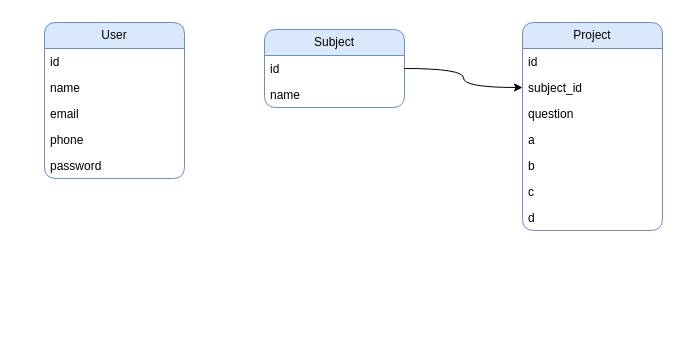
Before: diagram/diagramm.drawio in MirshodAslonov/loromir, a draw.io diagram. Source tidied: cells renumbered, new cells numbered last; positions are measured from the earlier drawing's top-left corner, leaving out a move shared by most shapes. Both pictures are drawn from the tidied source at 100%, with x=0, y=0 at pixel (44, 22).
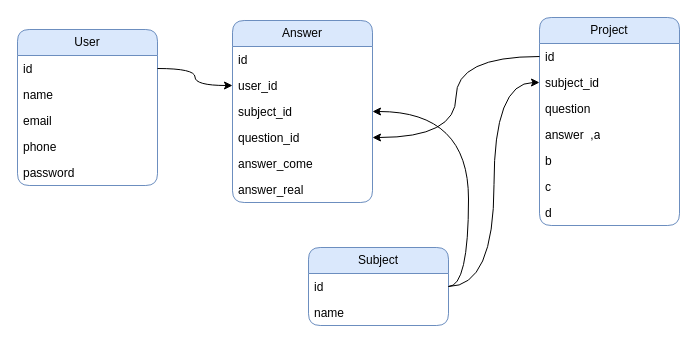
After the change.

The change refers to these unchanged cells:
```xml
<mxCell id="3" value="id" style="text;strokeColor=none;fillColor=none;align=left;verticalAlign=top;spacingLeft=4;spacingRight=4;overflow=hidden;points=[[0,0.5],[1,0.5]];portConstraint=eastwest;whiteSpace=wrap;html=1;" parent="2" vertex="1">
  <mxGeometry y="26" width="140" height="26" as="geometry" />
</mxCell>
<mxCell id="9" value="id" style="text;strokeColor=none;fillColor=none;align=left;verticalAlign=top;spacingLeft=4;spacingRight=4;overflow=hidden;points=[[0,0.5],[1,0.5]];portConstraint=eastwest;whiteSpace=wrap;html=1;" parent="8" vertex="1">
  <mxGeometry y="26" width="140" height="26" as="geometry" />
</mxCell>
<mxCell id="12" value="id" style="text;strokeColor=none;fillColor=none;align=left;verticalAlign=top;spacingLeft=4;spacingRight=4;overflow=hidden;points=[[0,0.5],[1,0.5]];portConstraint=eastwest;whiteSpace=wrap;html=1;" parent="11" vertex="1">
  <mxGeometry y="26" width="140" height="26" as="geometry" />
</mxCell>
```

What changed in the source:
```diff
@@
     <mxCell id="2" value="User" style="swimlane;fontStyle=0;horizontal=1;startSize=26;fillColor=#dae8fc;whiteSpace=wrap;html=1;glass=0;swimlaneLine=1;shadow=0;rounded=1;strokeColor=#6c8ebf;" parent="1" vertex="1">
-      <mxGeometry width="140" height="156" as="geometry" />
+      <mxGeometry x="-27" y="7" width="140" height="156" as="geometry" />
     </mxCell>
@@
     <mxCell id="8" value="Subject" style="swimlane;fontStyle=0;horizontal=1;startSize=26;fillColor=#dae8fc;whiteSpace=wrap;html=1;glass=0;swimlaneLine=1;shadow=0;rounded=1;strokeColor=#6c8ebf;" parent="1" vertex="1">
-      <mxGeometry x="220" y="7" width="140" height="78" as="geometry" />
+      <mxGeometry x="264" y="225" width="140" height="78" as="geometry" />
     </mxCell>
@@
     <mxCell id="11" value="Project" style="swimlane;fontStyle=0;horizontal=1;startSize=26;fillColor=#dae8fc;whiteSpace=wrap;html=1;glass=0;swimlaneLine=1;shadow=0;rounded=1;strokeColor=#6c8ebf;" parent="1" vertex="1">
-      <mxGeometry x="478" width="140" height="208" as="geometry" />
+      <mxGeometry x="495" y="-5" width="140" height="208" as="geometry" />
     </mxCell>
@@
-    <mxCell id="15" value="a" style="text;strokeColor=none;fillColor=none;align=left;verticalAlign=top;spacingLeft=4;spacingRight=4;overflow=hidden;whiteSpace=wrap;html=1;" parent="11" vertex="1">
+    <mxCell id="15" value="answer&amp;nbsp; ,a" style="text;strokeColor=none;fillColor=none;align=left;verticalAlign=top;spacingLeft=4;spacingRight=4;overflow=hidden;whiteSpace=wrap;html=1;" parent="11" vertex="1">
       <mxGeometry y="104" width="140" height="26" as="geometry" />
     </mxCell>
@@
+    <mxCell id="20" value="Answer" style="swimlane;fontStyle=0;horizontal=1;startSize=26;fillColor=#dae8fc;whiteSpace=wrap;html=1;glass=0;swimlaneLine=1;shadow=0;rounded=1;strokeColor=#6c8ebf;" parent="1" vertex="1">
+      <mxGeometry x="188" y="-2" width="140" height="182" as="geometry" />
+    </mxCell>
+    <mxCell id="21" value="id" style="text;strokeColor=none;fillColor=none;align=left;verticalAlign=top;spacingLeft=4;spacingRight=4;overflow=hidden;whiteSpace=wrap;html=1;" parent="20" vertex="1">
+      <mxGeometry y="26" width="140" height="26" as="geometry" />
+    </mxCell>
+    <mxCell id="22" value="user_id" style="text;strokeColor=none;fillColor=none;align=left;verticalAlign=top;spacingLeft=4;spacingRight=4;overflow=hidden;points=[[0,0.5],[1,0.5]];portConstraint=eastwest;whiteSpace=wrap;html=1;" parent="20" vertex="1">
+      <mxGeometry y="52" width="140" height="26" as="geometry" />
+    </mxCell>
+    <mxCell id="23" value="subject_id" style="text;strokeColor=none;fillColor=none;align=left;verticalAlign=top;spacingLeft=4;spacingRight=4;overflow=hidden;points=[[0,0.5],[1,0.5]];portConstraint=eastwest;whiteSpace=wrap;html=1;" parent="20" vertex="1">
+      <mxGeometry y="78" width="140" height="26" as="geometry" />
+    </mxCell>
+    <mxCell id="24" value="question_id" style="text;strokeColor=none;fillColor=none;align=left;verticalAlign=top;spacingLeft=4;spacingRight=4;overflow=hidden;points=[[0,0.5],[1,0.5]];portConstraint=eastwest;whiteSpace=wrap;html=1;" parent="20" vertex="1">
+      <mxGeometry y="104" width="140" height="26" as="geometry" />
+    </mxCell>
+    <mxCell id="25" value="answer_come" style="text;strokeColor=none;fillColor=none;align=left;verticalAlign=top;spacingLeft=4;spacingRight=4;overflow=hidden;whiteSpace=wrap;html=1;" parent="20" vertex="1">
+      <mxGeometry y="130" width="140" height="26" as="geometry" />
+    </mxCell>
+    <mxCell id="26" value="answer_real" style="text;strokeColor=none;fillColor=none;align=left;verticalAlign=top;spacingLeft=4;spacingRight=4;overflow=hidden;whiteSpace=wrap;html=1;" parent="20" vertex="1">
+      <mxGeometry y="156" width="140" height="26" as="geometry" />
+    </mxCell>
+    <mxCell id="27" style="edgeStyle=orthogonalEdgeStyle;rounded=0;jettySize=auto;html=1;exitX=1;exitY=0.5;exitDx=0;exitDy=0;entryX=0;entryY=0.5;entryDx=0;entryDy=0;curved=1;" parent="1" edge="1" source="3" target="22">
+      <mxGeometry relative="1" as="geometry" />
+    </mxCell>
+    <mxCell id="28" style="edgeStyle=orthogonalEdgeStyle;rounded=0;jettySize=auto;html=1;exitX=1;exitY=0.5;exitDx=0;exitDy=0;entryX=1;entryY=0.5;entryDx=0;entryDy=0;curved=1;" parent="1" edge="1" source="9" target="23">
+      <mxGeometry relative="1" as="geometry" />
+    </mxCell>
+    <mxCell id="29" style="edgeStyle=orthogonalEdgeStyle;rounded=0;jettySize=auto;html=1;exitX=0;exitY=0.5;exitDx=0;exitDy=0;entryX=1;entryY=0.5;entryDx=0;entryDy=0;curved=1;" parent="1" edge="1" source="12" target="24">
+      <mxGeometry relative="1" as="geometry" />
+    </mxCell>
```
